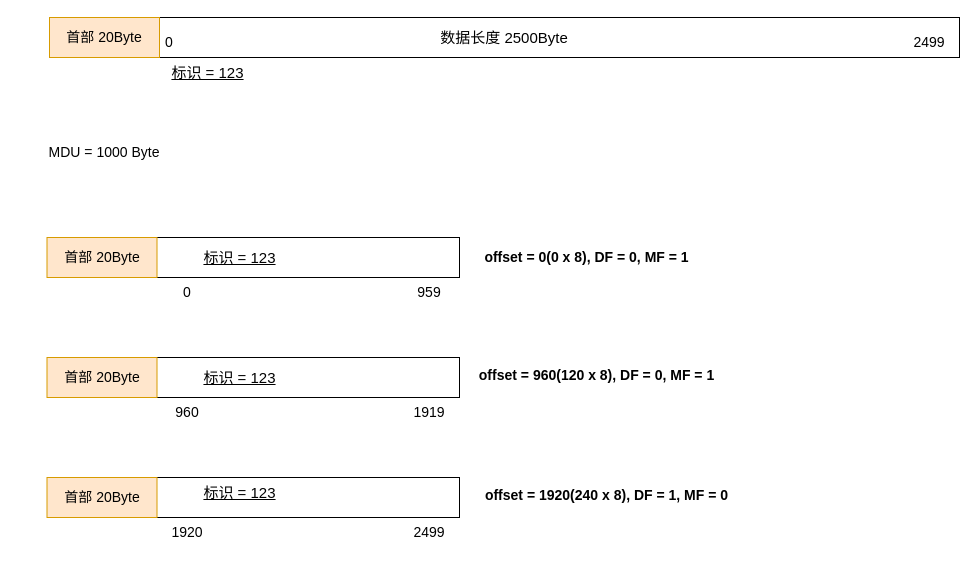
Earlier version of the draw.io diagram diagram/数据分片.drawio (kurt-steiner/survive). Source tidied: cells renumbered, new cells numbered last; positions are measured from the earlier drawing's top-left corner, leaving out a move shared by most shapes. Both pictures are drawn from the tidied source at 100%, with x=0, y=0 at pixel (19, 17).
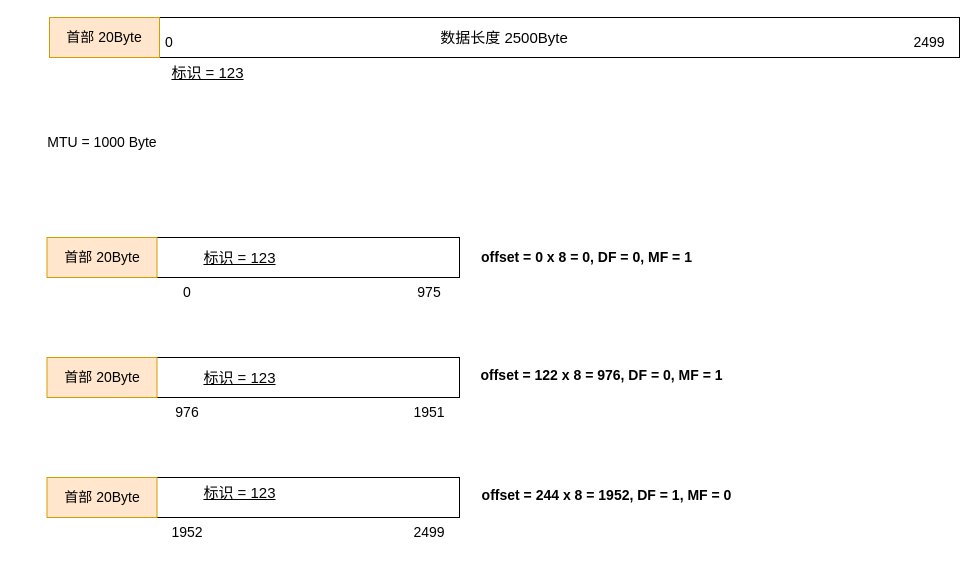
After the change.

Change to the diagram source:
```diff
@@
-    <mxCell id="4" value="MDU = 1000 Byte" style="text;html=1;align=center;verticalAlign=middle;whiteSpace=wrap;rounded=0;fontSize=14;" parent="1" vertex="1">
-      <mxGeometry y="130" width="170" height="10" as="geometry" />
+    <mxCell id="4" value="MTU = 1000 Byte" style="text;html=1;align=center;verticalAlign=middle;whiteSpace=wrap;rounded=0;fontSize=14;" parent="1" vertex="1">
+      <mxGeometry x="-2.5" y="110" width="170" height="30" as="geometry" />
     </mxCell>
@@
-    <mxCell id="10" value="959" style="text;html=1;align=center;verticalAlign=middle;whiteSpace=wrap;rounded=0;fontSize=14;" parent="1" vertex="1">
+    <mxCell id="10" value="975" style="text;html=1;align=center;verticalAlign=middle;whiteSpace=wrap;rounded=0;fontSize=14;" parent="1" vertex="1">
       <mxGeometry x="380" y="260" width="60" height="30" as="geometry" />
     </mxCell>
@@
-    <mxCell id="13" value="960" style="text;html=1;align=center;verticalAlign=middle;whiteSpace=wrap;rounded=0;fontSize=14;" parent="1" vertex="1">
+    <mxCell id="13" value="976" style="text;html=1;align=center;verticalAlign=middle;whiteSpace=wrap;rounded=0;fontSize=14;" parent="1" vertex="1">
       <mxGeometry x="137.5" y="380" width="60" height="30" as="geometry" />
     </mxCell>
-    <mxCell id="14" value="1919" style="text;html=1;align=center;verticalAlign=middle;whiteSpace=wrap;rounded=0;fontSize=14;" parent="1" vertex="1">
+    <mxCell id="14" value="1951" style="text;html=1;align=center;verticalAlign=middle;whiteSpace=wrap;rounded=0;fontSize=14;" parent="1" vertex="1">
       <mxGeometry x="380" y="380" width="60" height="30" as="geometry" />
     </mxCell>
@@
-    <mxCell id="17" value="1920" style="text;html=1;align=center;verticalAlign=middle;whiteSpace=wrap;rounded=0;fontSize=14;" parent="1" vertex="1">
+    <mxCell id="17" value="1952" style="text;html=1;align=center;verticalAlign=middle;whiteSpace=wrap;rounded=0;fontSize=14;" parent="1" vertex="1">
       <mxGeometry x="137.5" y="500" width="60" height="30" as="geometry" />
     </mxCell>
@@
-    <mxCell id="19" value="offset = 0(0 x 8), DF = 0, MF = 1" style="text;html=1;align=center;verticalAlign=middle;whiteSpace=wrap;rounded=0;fontSize=14;fontStyle=1;" parent="1" vertex="1">
+    <mxCell id="19" value="offset = 0 x 8 = 0, DF = 0, MF = 1" style="text;html=1;align=center;verticalAlign=middle;whiteSpace=wrap;rounded=0;fontSize=14;fontStyle=1;" parent="1" vertex="1">
       <mxGeometry x="455" y="230" width="225" height="20" as="geometry" />
     </mxCell>
-    <mxCell id="20" value="offset = 960(120 x 8), DF = 0, MF = 1" style="text;html=1;align=center;verticalAlign=middle;whiteSpace=wrap;rounded=0;fontSize=14;fontStyle=1;" parent="1" vertex="1">
-      <mxGeometry x="455" y="345" width="245" height="25" as="geometry" />
+    <mxCell id="20" value="offset = 122 x 8 = 976, DF = 0, MF = 1" style="text;html=1;align=center;verticalAlign=middle;whiteSpace=wrap;rounded=0;fontSize=14;fontStyle=1;" parent="1" vertex="1">
+      <mxGeometry x="460" y="345" width="245" height="25" as="geometry" />
     </mxCell>
-    <mxCell id="21" value="offset = 1920(240 x 8), DF = 1, MF = 0" style="text;html=1;align=center;verticalAlign=middle;whiteSpace=wrap;rounded=0;fontSize=14;fontStyle=1;" parent="1" vertex="1">
+    <mxCell id="21" value="offset = 244 x 8 = 1952, DF = 1, MF = 0" style="text;html=1;align=center;verticalAlign=middle;whiteSpace=wrap;rounded=0;fontSize=14;fontStyle=1;" parent="1" vertex="1">
       <mxGeometry x="455" y="465" width="265" height="25" as="geometry" />
     </mxCell>
```
